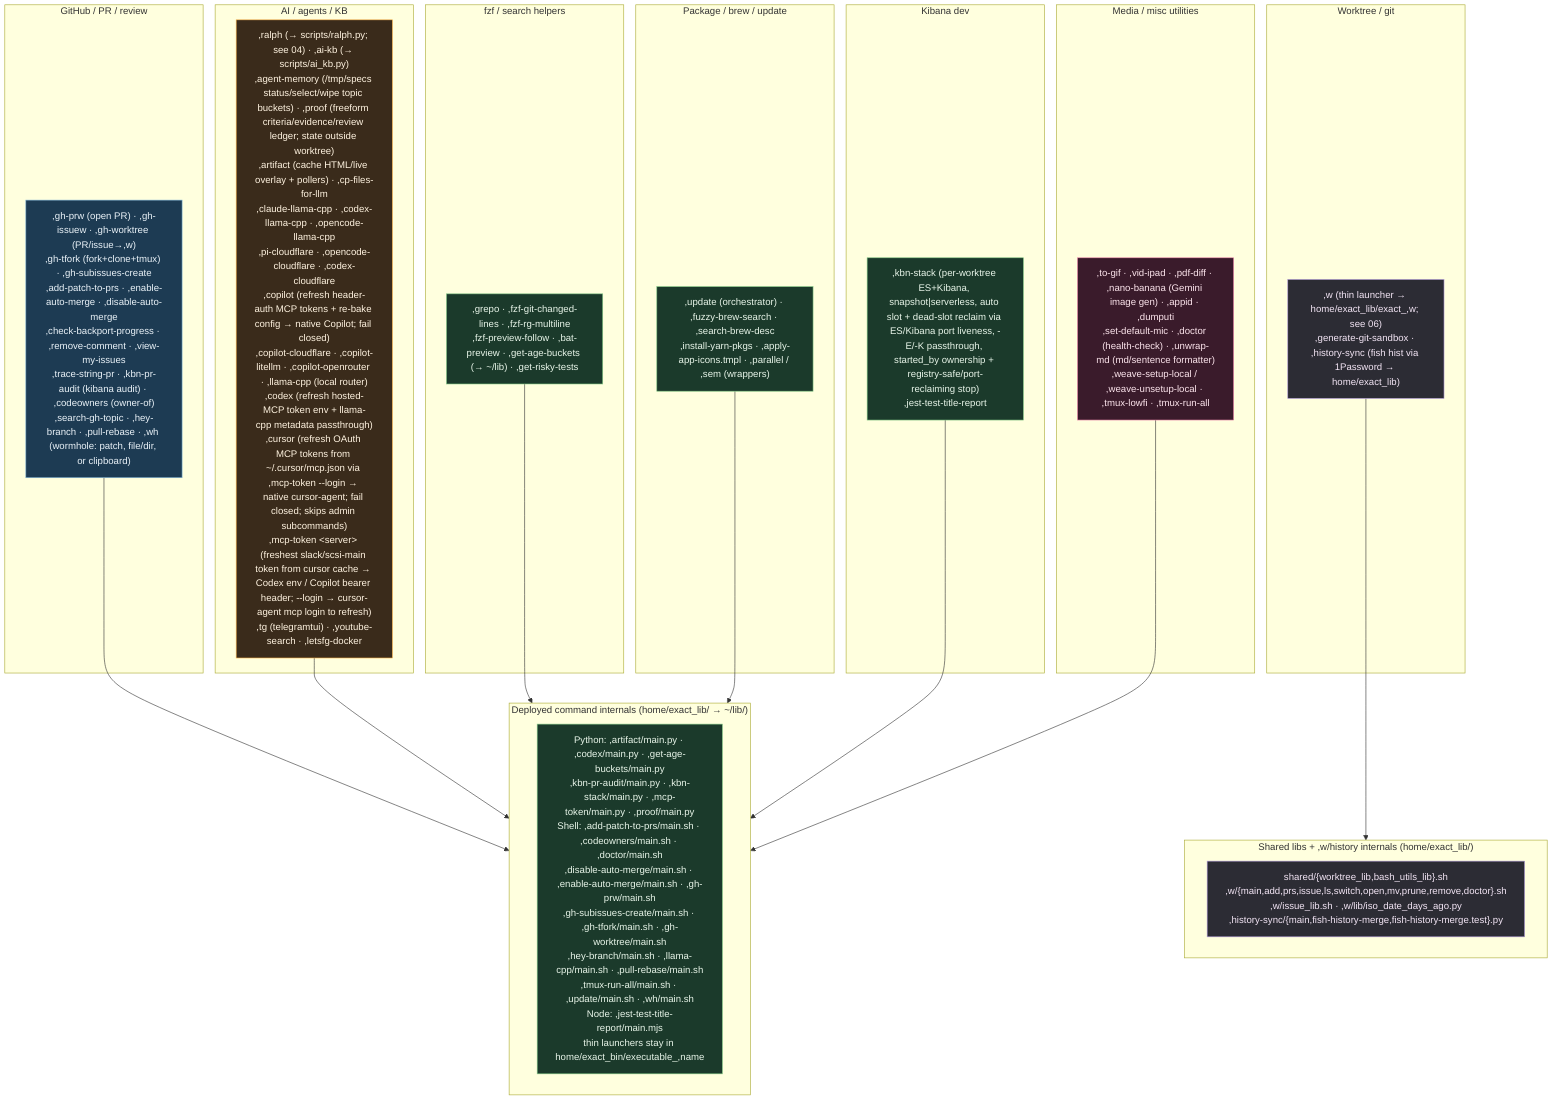
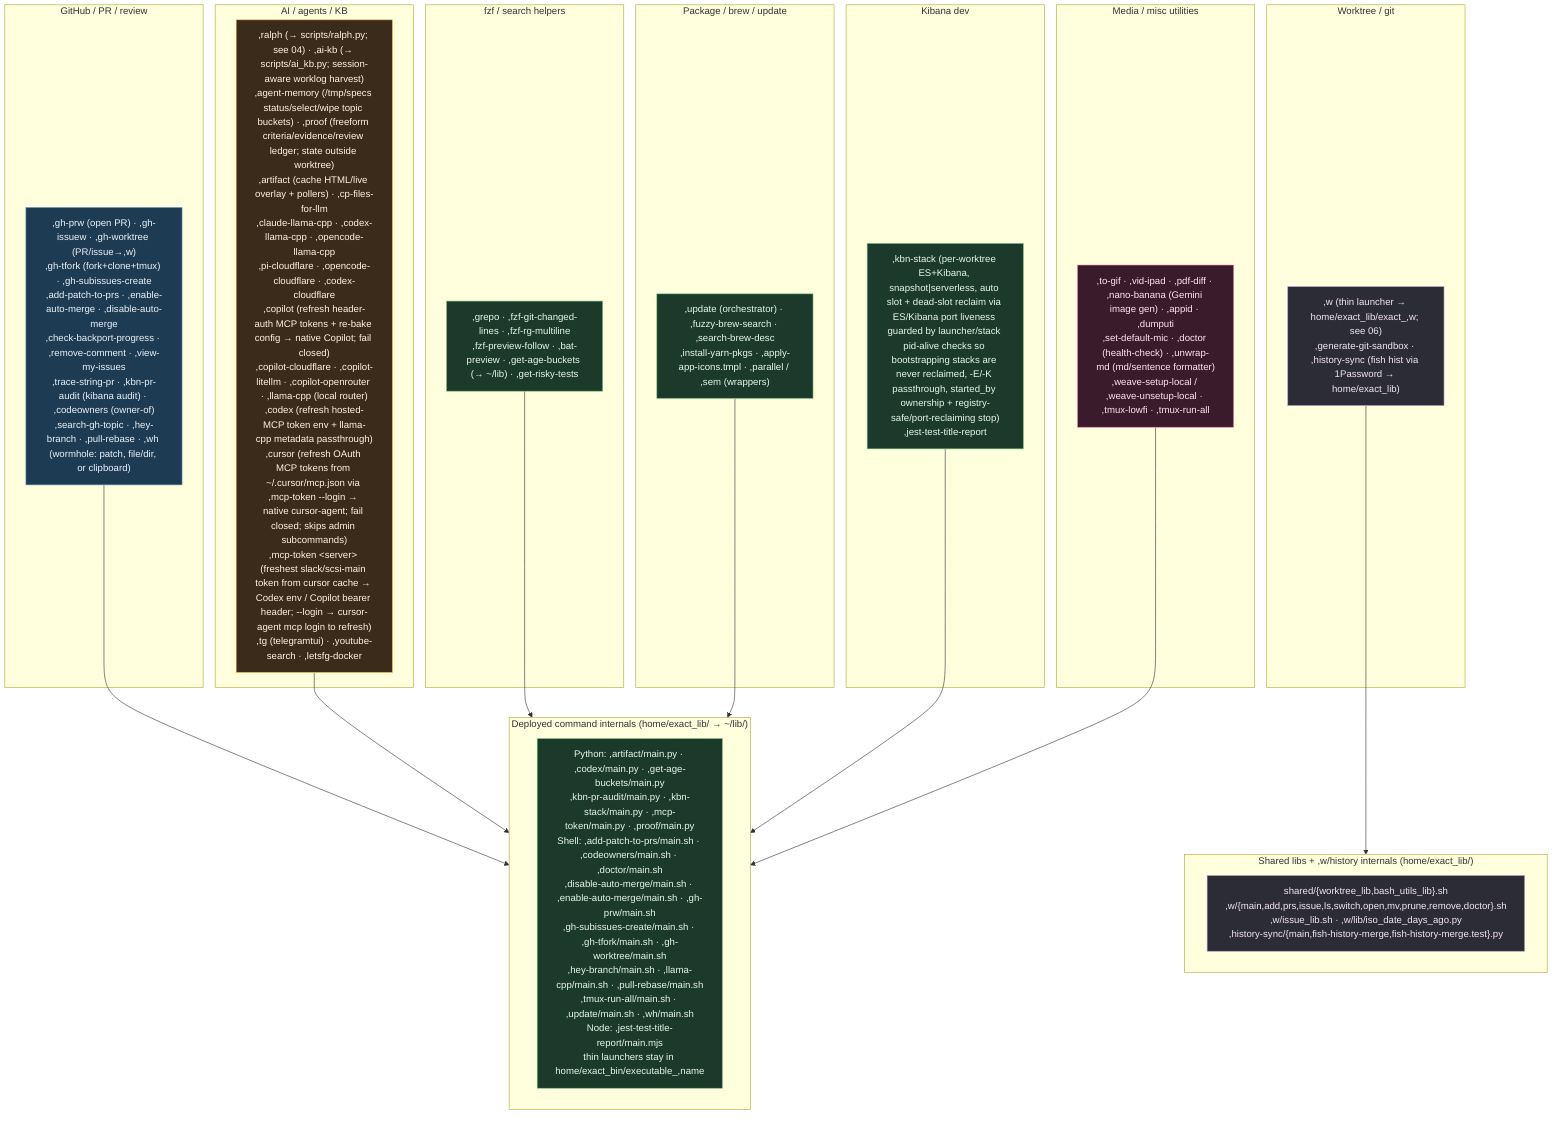
%% ============================================================================
%% 07c-bin-commands.mmd — Every thin command in home/exact_bin/ (73 thin commands)
%% plus deployed internals in home/exact_lib/ (41 command/shared library files).
%% executable_,* → ~/bin/,* (comma-prefixed user commands); home/exact_lib/exact_,name/
%% → ~/lib/,name/. verify-bin-surface keeps each command covered by fish
%% completions, docs, catalog, and non-orphaned command libraries.
%% ============================================================================
flowchart TB
    classDef gh fill:#1d3b53,stroke:#7fb3d5,color:#eaf2f8;
    classDef wt fill:#2c2c34,stroke:#b39ddb,color:#f3e5f5;
    classDef ai fill:#3a2b1b,stroke:#ffb74d,color:#fff3e0;
    classDef media fill:#3a1b2b,stroke:#f48fb1,color:#fce4ec;
    classDef sys fill:#1b3a2b,stroke:#81c784,color:#e8f5e9;

    subgraph GHC["GitHub / PR / review"]
        G[",gh-prw (open PR) · ,gh-issuew · ,gh-worktree (PR/issue→,w)<br/>,gh-tfork (fork+clone+tmux) · ,gh-subissues-create<br/>,add-patch-to-prs · ,enable-auto-merge · ,disable-auto-merge<br/>,check-backport-progress · ,remove-comment · ,view-my-issues<br/>,trace-string-pr · ,kbn-pr-audit (kibana audit) · ,codeowners (owner-of)<br/>,search-gh-topic · ,hey-branch · ,pull-rebase · ,wh (wormhole: patch, file/dir, or clipboard)"]:::gh
    end

    subgraph WTC["Worktree / git"]
        W[",w (thin launcher → home/exact_lib/exact_,w; see 06)<br/>,generate-git-sandbox · ,history-sync (fish hist via 1Password → home/exact_lib)"]:::wt
    end

    subgraph AIC["AI / agents / KB"]
-         A[",ralph (→ scripts/ralph.py; see 04) · ,ai-kb (→ scripts/ai_kb.py)<br/>,agent-memory (/tmp/specs status/select/wipe topic buckets) · ,proof (freeform criteria/evidence/review ledger; state outside worktree)<br/>,artifact (cache HTML/live overlay + pollers) · ,cp-files-for-llm<br/>,claude-llama-cpp · ,codex-llama-cpp · ,opencode-llama-cpp<br/>,pi-cloudflare · ,opencode-cloudflare · ,codex-cloudflare<br/>,copilot (refresh header-auth MCP tokens + re-bake config → native Copilot; fail closed)<br/>,copilot-cloudflare · ,copilot-litellm · ,copilot-openrouter · ,llama-cpp (local router)<br/>,codex (refresh hosted-MCP token env + llama-cpp metadata passthrough)<br/>,cursor (refresh OAuth MCP tokens from ~/.cursor/mcp.json via ,mcp-token --login → native cursor-agent; fail closed; skips admin subcommands)<br/>,mcp-token &lt;server&gt; (freshest slack/scsi-main token from cursor cache → Codex env / Copilot bearer header; --login → cursor-agent mcp login to refresh)<br/>,tg (telegramtui) · ,youtube-search · ,letsfg-docker"]:::ai
+         A[",ralph (→ scripts/ralph.py; see 04) · ,ai-kb (→ scripts/ai_kb.py; session-aware worklog harvest)<br/>,agent-memory (/tmp/specs status/select/wipe topic buckets) · ,proof (freeform criteria/evidence/review ledger; state outside worktree)<br/>,artifact (cache HTML/live overlay + pollers) · ,cp-files-for-llm<br/>,claude-llama-cpp · ,codex-llama-cpp · ,opencode-llama-cpp<br/>,pi-cloudflare · ,opencode-cloudflare · ,codex-cloudflare<br/>,copilot (refresh header-auth MCP tokens + re-bake config → native Copilot; fail closed)<br/>,copilot-cloudflare · ,copilot-litellm · ,copilot-openrouter · ,llama-cpp (local router)<br/>,codex (refresh hosted-MCP token env + llama-cpp metadata passthrough)<br/>,cursor (refresh OAuth MCP tokens from ~/.cursor/mcp.json via ,mcp-token --login → native cursor-agent; fail closed; skips admin subcommands)<br/>,mcp-token &lt;server&gt; (freshest slack/scsi-main token from cursor cache → Codex env / Copilot bearer header; --login → cursor-agent mcp login to refresh)<br/>,tg (telegramtui) · ,youtube-search · ,letsfg-docker"]:::ai
    end

    subgraph FZFC["fzf / search helpers"]
        F[",grepo · ,fzf-git-changed-lines · ,fzf-rg-multiline<br/>,fzf-preview-follow · ,bat-preview · ,get-age-buckets (→ ~/lib) · ,get-risky-tests"]:::sys
    end

    subgraph PKGC["Package / brew / update"]
        P[",update (orchestrator) · ,fuzzy-brew-search · ,search-brew-desc<br/>,install-yarn-pkgs · ,apply-app-icons.tmpl · ,parallel / ,sem (wrappers)"]:::sys
    end

    subgraph KBNC["Kibana dev"]
-         K[",kbn-stack (per-worktree ES+Kibana, snapshot|serverless, auto slot + dead-slot reclaim via ES/Kibana port liveness, -E/-K passthrough, started_by ownership + registry-safe/port-reclaiming stop)<br/>,jest-test-title-report"]:::sys
+         K[",kbn-stack (per-worktree ES+Kibana, snapshot|serverless, auto slot + dead-slot reclaim via ES/Kibana port liveness guarded by launcher/stack pid-alive checks so bootstrapping stacks are never reclaimed, -E/-K passthrough, started_by ownership + registry-safe/port-reclaiming stop)<br/>,jest-test-title-report"]:::sys
    end

    subgraph MEDIA["Media / misc utilities"]
        M[",to-gif · ,vid-ipad · ,pdf-diff · ,nano-banana (Gemini image gen) · ,appid · ,dumputi<br/>,set-default-mic · ,doctor (health-check) · ,unwrap-md (md/sentence formatter)<br/>,weave-setup-local / ,weave-unsetup-local · ,tmux-lowfi · ,tmux-run-all"]:::media
    end

    subgraph LIBS["Shared libs + ,w/history internals (home/exact_lib/)"]
        L["shared/{worktree_lib,bash_utils_lib}.sh<br/>,w/{main,add,prs,issue,ls,switch,open,mv,prune,remove,doctor}.sh<br/>,w/issue_lib.sh · ,w/lib/iso_date_days_ago.py<br/>,history-sync/{main,fish-history-merge,fish-history-merge.test}.py"]:::wt
    end
    W --> LIBS

    subgraph CMDLIBS["Deployed command internals (home/exact_lib/ → ~/lib/)"]
        CL["Python: ,artifact/main.py · ,codex/main.py · ,get-age-buckets/main.py<br/>,kbn-pr-audit/main.py · ,kbn-stack/main.py · ,mcp-token/main.py · ,proof/main.py<br/>Shell: ,add-patch-to-prs/main.sh · ,codeowners/main.sh · ,doctor/main.sh<br/>,disable-auto-merge/main.sh · ,enable-auto-merge/main.sh · ,gh-prw/main.sh<br/>,gh-subissues-create/main.sh · ,gh-tfork/main.sh · ,gh-worktree/main.sh<br/>,hey-branch/main.sh · ,llama-cpp/main.sh · ,pull-rebase/main.sh<br/>,tmux-run-all/main.sh · ,update/main.sh · ,wh/main.sh<br/>Node: ,jest-test-title-report/main.mjs<br/>thin launchers stay in home/exact_bin/executable_,name"]:::sys
    end
    G --> CMDLIBS
    A --> CMDLIBS
    F --> CMDLIBS
    P --> CMDLIBS
    K --> CMDLIBS
    M --> CMDLIBS
